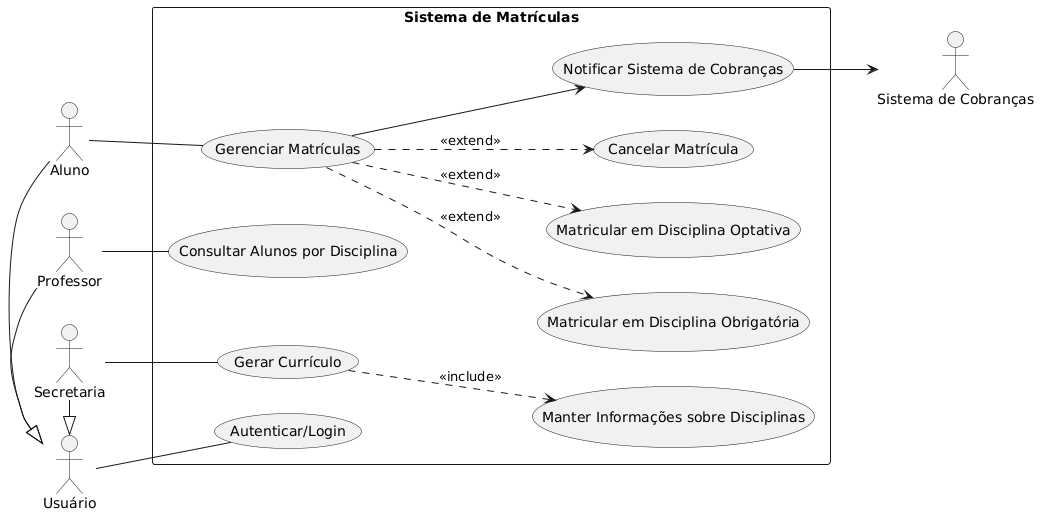
The PlantUML diagram project/img/Diagrama de Caso de Uso.png in Deoxu/Xumblaubs, before a commit. Its diagram source:
```plantuml
@startuml
left to right direction

actor "Usuário" as Usuario
actor "Aluno" as Aluno
actor "Professor" as Professor
actor "Secretaria" as Secretaria
actor "Sistema de Cobranças" as Cob

Aluno -|> Usuario
Professor -|> Usuario
Secretaria -|> Usuario

rectangle "Sistema de Matrículas" {
  (Gerenciar Matrículas) as Gerenciar
  (Consultar Alunos por Disciplina) as Consultar
  (Gerar Currículo) as Gerar
  (Manter Informações sobre Disciplinas) as Manter
  (Autenticar/Login) as Login
  (Notificar Sistema de Cobranças) as Notificar

  (Matricular em Disciplina Obrigatória) as MatricularObg
  (Matricular em Disciplina Optativa) as MatricularOpt
  (Cancelar Matrícula) as CancelarNovo

  Gerenciar ..> MatricularObg : <<extend>>
  Gerenciar ..> MatricularOpt : <<extend>>
  Gerenciar ..> CancelarNovo  : <<extend>>

  Gerar ..> Manter : <<include>>
}

Aluno -- Gerenciar
Professor -- Consultar
Secretaria -- Gerar
Usuario -- Login
Gerenciar --> Notificar
Notificar --> Cob
@enduml
```
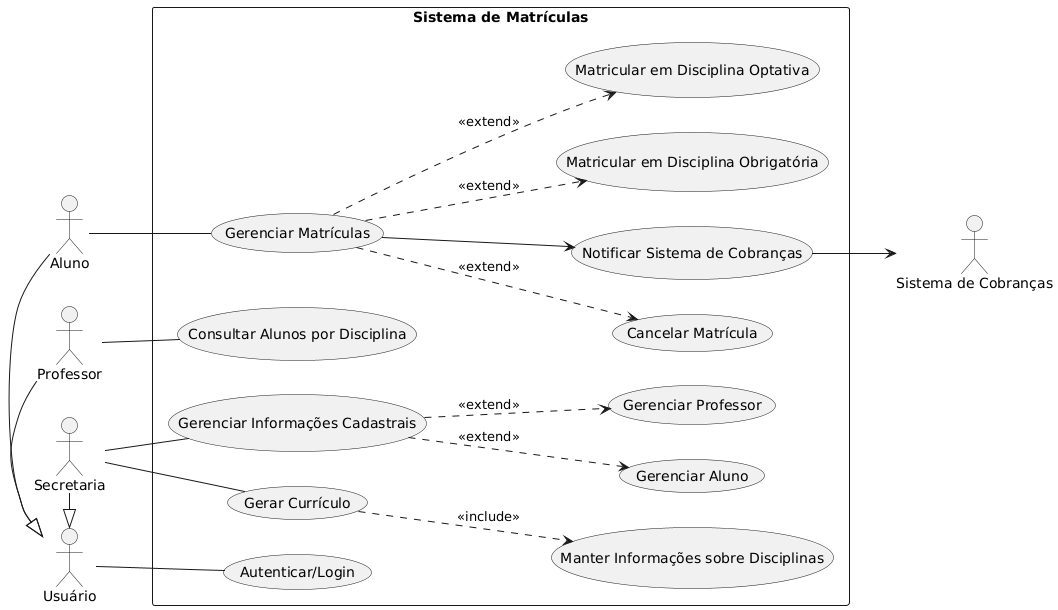
The same diagram one commit later.

Commit message:
feat: diagrama caso de uso v3

Aprimora o diagrama de caso de uso para atender os requisitos corretamente

Diff of the diagram source:
```diff
@@ -23,16 +23,24 @@
   (Matricular em Disciplina Optativa) as MatricularOpt
   (Cancelar Matrícula) as CancelarNovo
 
+  (Gerenciar Informações Cadastrais) as GerenciarCad
+  (Gerenciar Professor) as GerenciarProf
+  (Gerenciar Aluno) as GerenciarAluno
+
   Gerenciar ..> MatricularObg : <<extend>>
   Gerenciar ..> MatricularOpt : <<extend>>
   Gerenciar ..> CancelarNovo  : <<extend>>
 
   Gerar ..> Manter : <<include>>
+
+  GerenciarCad ..> GerenciarProf : <<extend>>
+  GerenciarCad ..> GerenciarAluno : <<extend>>
 }
 
 Aluno -- Gerenciar
 Professor -- Consultar
 Secretaria -- Gerar
+Secretaria -- GerenciarCad
 Usuario -- Login
 Gerenciar --> Notificar
 Notificar --> Cob
```
